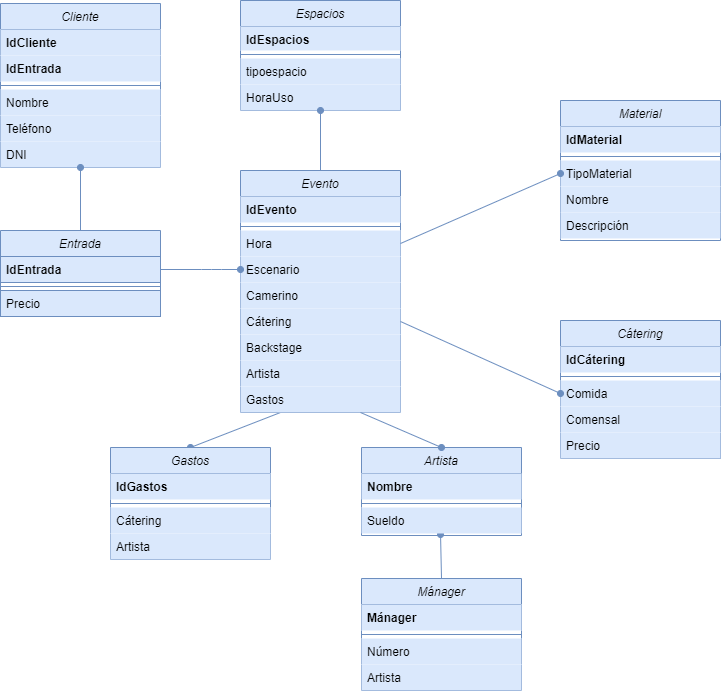
The draw.io diagram images/Diagrama de base de datos.png in miguelmartinez22/QuevedoFest, before a commit. Source tidied: cells renumbered, new cells last; positions are measured from the earlier drawing's top-left corner, leaving out a move shared by most shapes.
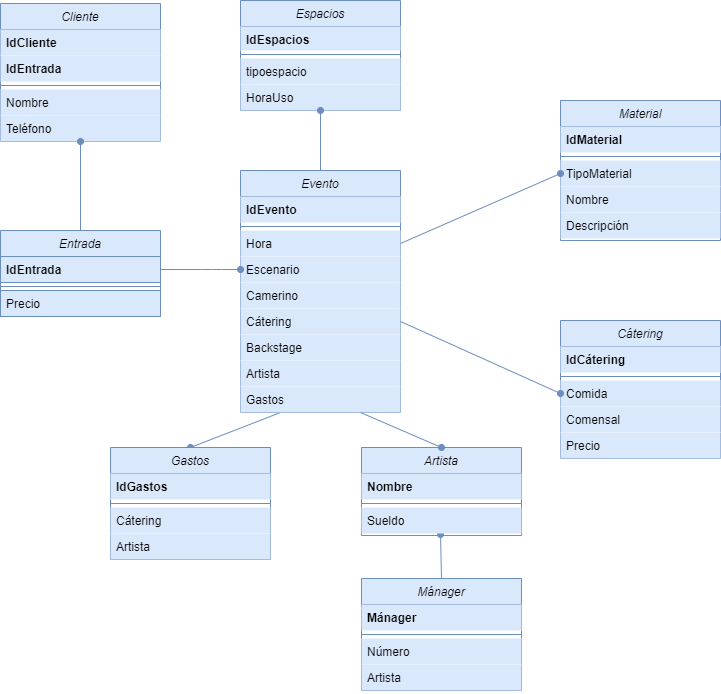
Later version of the same file.

Diff of the diagram source:
```diff
@@ -3,7 +3,7 @@
     <mxCell id="0" />
     <mxCell id="1" parent="0" />
     <mxCell id="2" value="Cliente" style="swimlane;fontStyle=2;align=center;verticalAlign=top;horizontal=1;startSize=26;rounded=0;shadow=0;strokeWidth=1;fillColor=#dae8fc;strokeColor=#6c8ebf;" parent="1" vertex="1">
-      <mxGeometry y="3" width="160" height="164" as="geometry" />
+      <mxGeometry y="3" width="160" height="138" as="geometry" />
     </mxCell>
     <mxCell id="3" value="IdCliente" style="text;align=left;verticalAlign=top;spacingLeft=4;spacingRight=4;overflow=hidden;fontStyle=1;fillColor=#dae8fc;" parent="2" vertex="1">
       <mxGeometry y="26" width="160" height="26" as="geometry" />
@@ -20,9 +20,6 @@
     <mxCell id="7" value="Teléfono" style="text;align=left;verticalAlign=top;spacingLeft=4;spacingRight=4;overflow=hidden;rounded=0;shadow=0;html=0;fillColor=#dae8fc;" parent="2" vertex="1">
       <mxGeometry y="112" width="160" height="26" as="geometry" />
     </mxCell>
-    <mxCell id="8" value="DNI" style="text;align=left;verticalAlign=top;spacingLeft=4;spacingRight=4;overflow=hidden;rounded=0;shadow=0;html=0;fillColor=#dae8fc;" parent="2" vertex="1">
-      <mxGeometry y="138" width="160" height="26" as="geometry" />
-    </mxCell>
     <mxCell id="9" value="Entrada" style="swimlane;fontStyle=2;align=center;verticalAlign=top;horizontal=1;startSize=26;rounded=0;shadow=0;strokeWidth=1;fillColor=#dae8fc;strokeColor=#6c8ebf;" parent="1" vertex="1">
       <mxGeometry y="230" width="160" height="86" as="geometry" />
     </mxCell>
```
